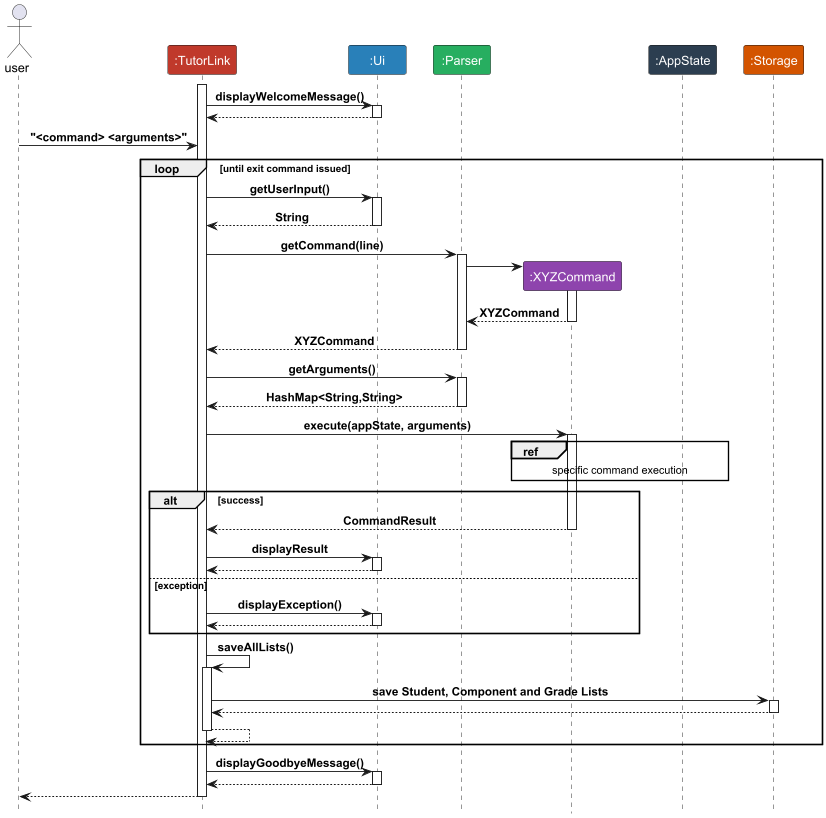
Earlier version of the PlantUML export docs/diagrams/ArchitectureSequenceGrouped.png (yeekian/tp).
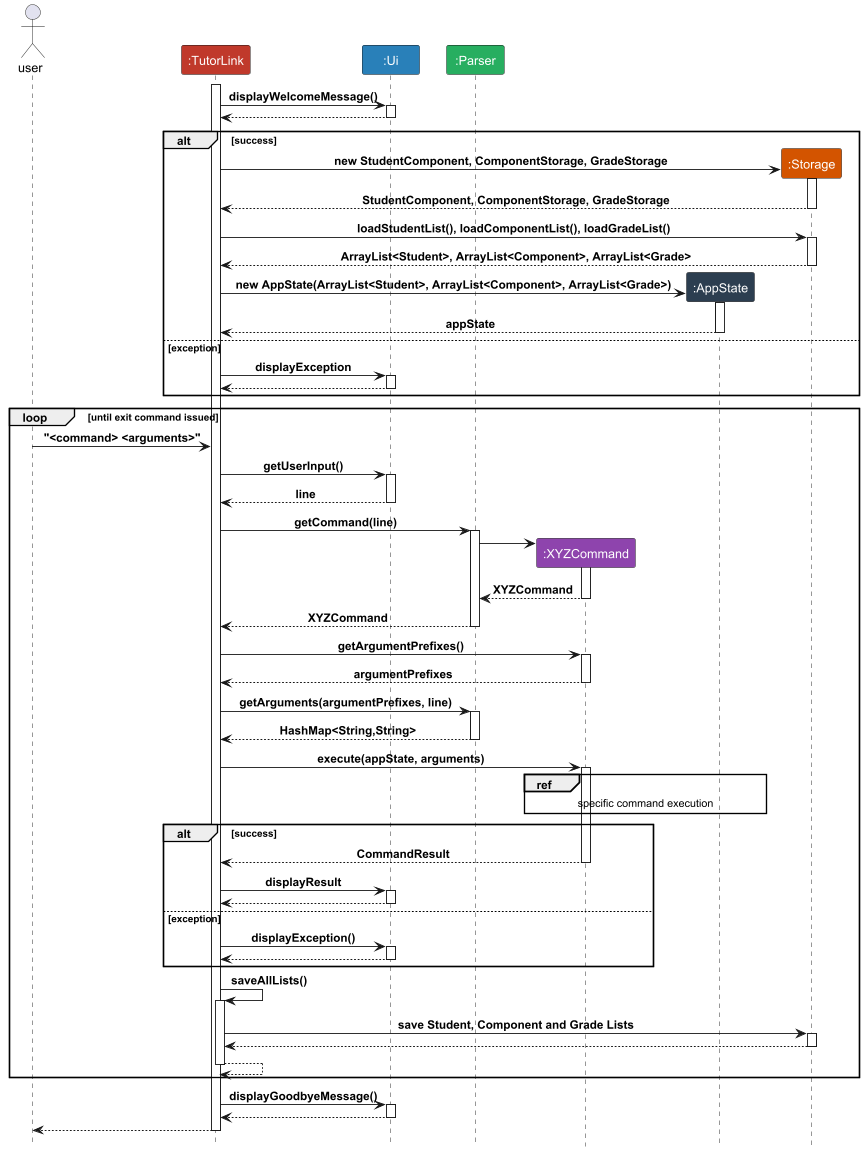
After the commit.

The edit, as a diff of the source:
```diff
@@ -1,13 +1,4 @@
 @startuml
-<style>
-    participant {
-        FontColor White
-    }
-    ref {
-
-    }
-
-</style>
 !include Style.puml
 actor user
 participant ":TutorLink" as TL LOGIC_COLOR_5
@@ -22,11 +13,38 @@
 activate UI
 TL <-- UI
 deactivate UI
-user -> TL:"<command> <arguments>"
+
+create S
+
+alt success
+    TL -> S : new StudentComponent, ComponentStorage, GradeStorage
+    activate S
+    TL <-- S : StudentComponent, ComponentStorage, GradeStorage
+    deactivate S
+
+    TL -> S : loadStudentList(), loadComponentList(), loadGradeList()
+    activate S
+    TL <-- S : ArrayList<Student>, ArrayList<Component>, ArrayList<Grade>
+    deactivate S
+
+    create A
+    TL -> A : new AppState(ArrayList<Student>, ArrayList<Component>, ArrayList<Grade>)
+    activate A
+    TL <-- A : appState
+    deactivate A
+else exception
+        TL -> UI : displayException
+        activate UI
+        TL <-- UI
+        deactivate UI
+end
+
+deactivate UI
 loop until exit command issued
+    user -> TL:"<command> <arguments>"
     TL -> UI: getUserInput()
     activate UI
-    TL <-- UI: String
+    TL <-- UI: line
     deactivate UI
     TL -> P : getCommand(line)
     activate P
@@ -37,7 +55,11 @@
     deactivate C
     TL <-- P: XYZCommand
     deactivate P
-    TL -> P: getArguments()
+    TL -> C : getArgumentPrefixes()
+    activate C
+    TL <-- C : argumentPrefixes
+    deactivate C
+    TL -> P: getArguments(argumentPrefixes, line)
     activate P
     TL <-- P : HashMap<String,String>
     deactivate P
```
